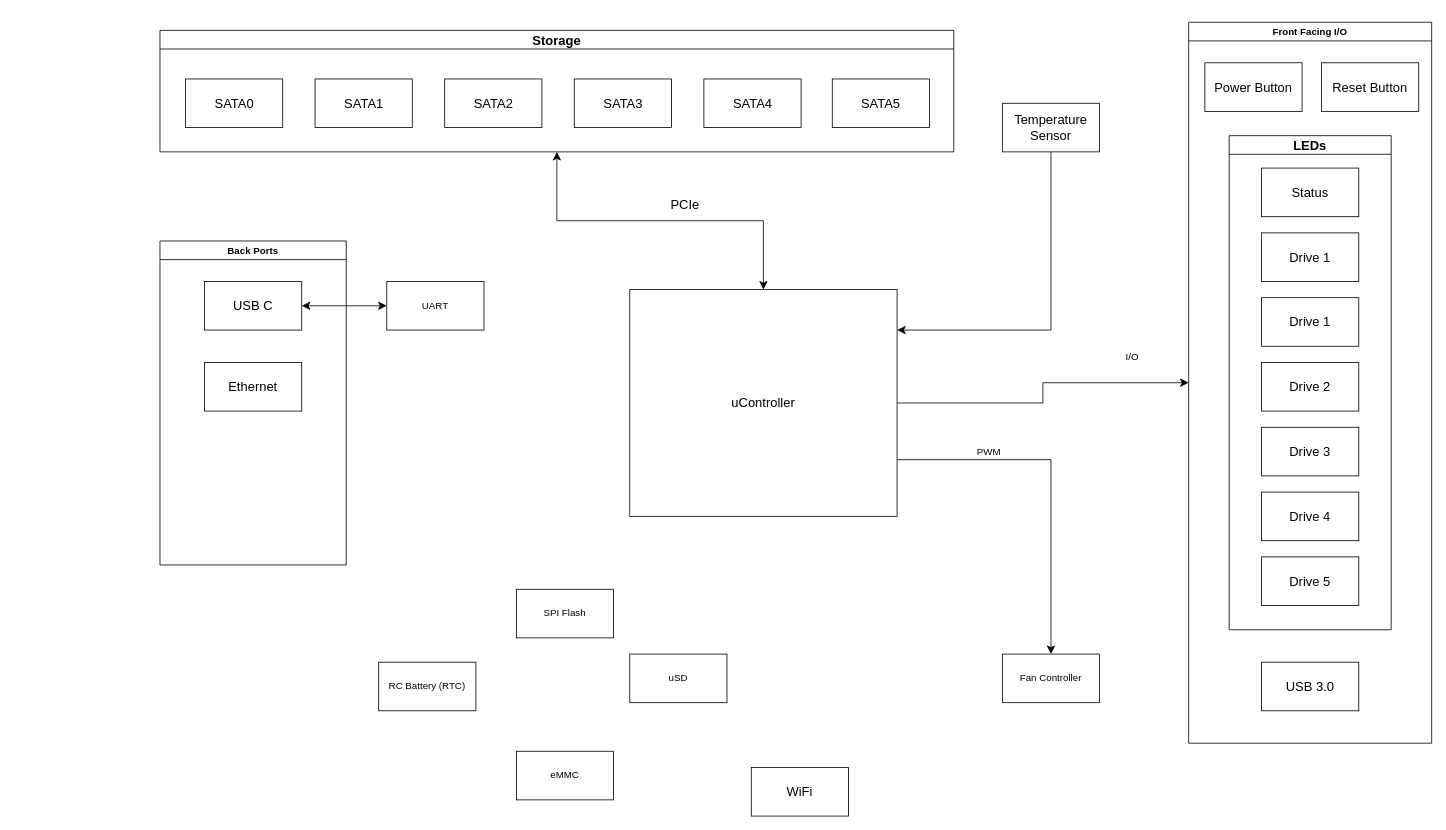
Before: prelim-design/hardware_interface.drawio in MonoNAS/documents, a draw.io diagram. Source tidied: cells renumbered, new cells numbered last; positions are measured from the earlier drawing's top-left corner, leaving out a move shared by most shapes. Both pictures are drawn from the tidied source at 81%, with x=0, y=0 at pixel (160, 22).
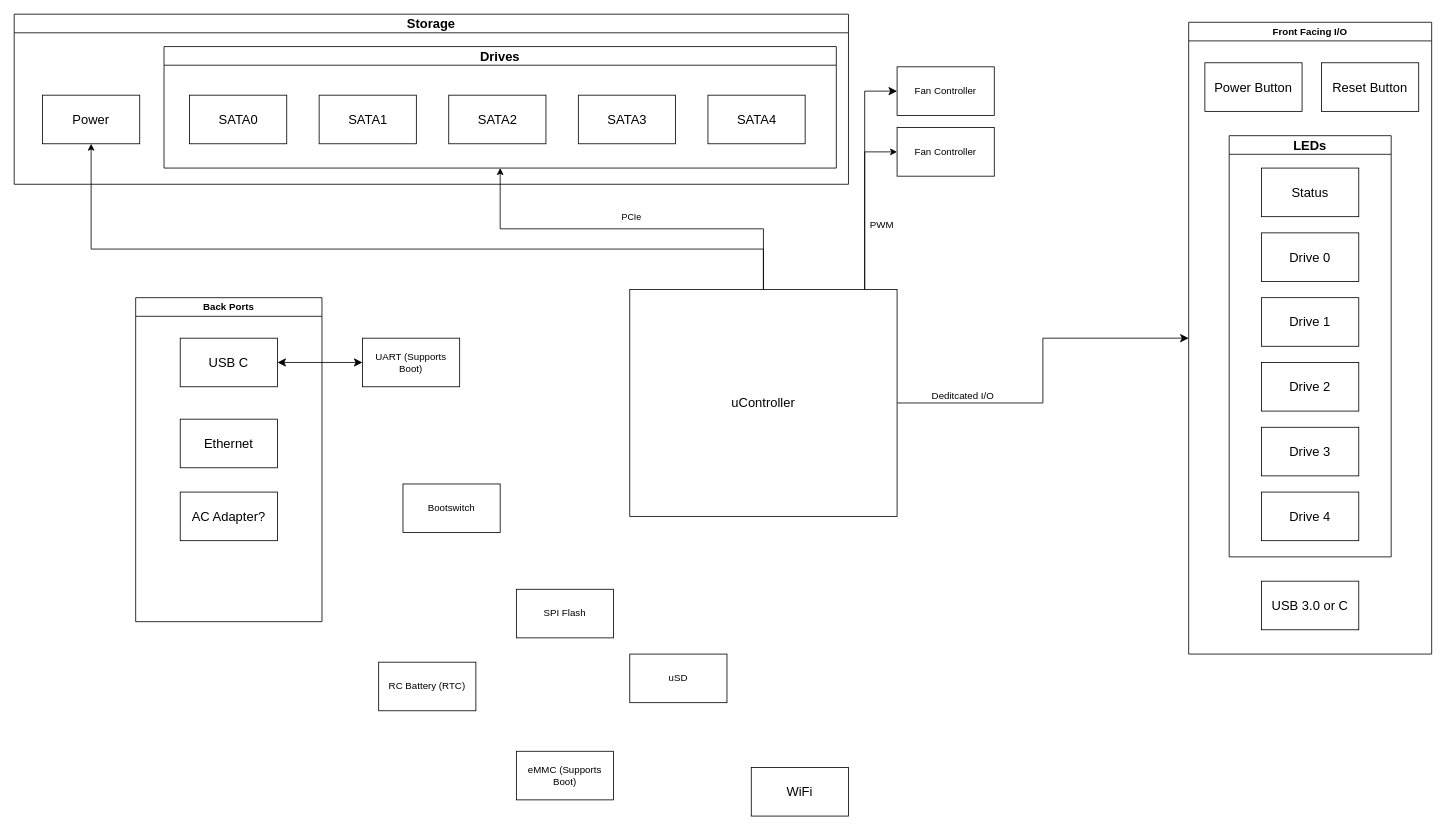
The same diagram, later.

The change refers to these unchanged cells:
```xml
<mxCell id="4" style="edgeStyle=orthogonalEdgeStyle;shape=connector;rounded=0;jettySize=auto;html=1;labelBackgroundColor=none;align=center;verticalAlign=middle;fontFamily=Helvetica;fontSize=12;fontColor=default;endArrow=classic;startSize=8;endSize=8;" parent="1" edge="1" source="8" target="20">
  <mxGeometry relative="1" as="geometry" />
</mxCell>
<mxCell id="8" value="uController" style="rounded=0;whiteSpace=wrap;html=1;fontSize=16;labelBackgroundColor=none;" parent="1" vertex="1">
  <mxGeometry x="580" y="330" width="330" height="280" as="geometry" />
</mxCell>
```

What changed in the source:
```diff
@@
-    <mxCell id="2" style="edgeStyle=orthogonalEdgeStyle;shape=connector;rounded=0;jettySize=auto;html=1;entryX=0.5;entryY=1;entryDx=0;entryDy=0;labelBackgroundColor=none;align=center;verticalAlign=middle;fontFamily=Helvetica;fontSize=12;fontColor=default;endArrow=classic;startSize=8;endSize=8;startArrow=classic;startFill=1;" parent="1" edge="1" source="8" target="10">
-      <mxGeometry relative="1" as="geometry" />
-    </mxCell>
-    <mxCell id="3" value="PCIe" style="edgeLabel;html=1;align=center;verticalAlign=middle;fontSize=16;" parent="2" vertex="1">
-      <mxGeometry x="-0.5" y="-1" relative="1" as="geometry">
-        <mxPoint x="-77" y="-20" as="offset" />
-      </mxGeometry>
-    </mxCell>
@@
-    <mxCell id="5" value="I/O" style="edgeLabel;html=1;align=center;verticalAlign=middle;fontSize=12;fontFamily=Helvetica;labelBackgroundColor=none;" parent="4" vertex="1">
+    <mxCell id="5" value="Deditcated I/O" style="edgeLabel;html=1;align=center;verticalAlign=middle;fontSize=12;fontFamily=Helvetica;labelBackgroundColor=none;" parent="4" vertex="1">
       <mxGeometry x="-0.06" y="-2" relative="1" as="geometry">
-        <mxPoint x="107" y="-56" as="offset" />
+        <mxPoint x="-102" y="18" as="offset" />
       </mxGeometry>
     </mxCell>
     <mxCell id="6" style="edgeStyle=orthogonalEdgeStyle;shape=connector;rounded=0;jettySize=auto;html=1;labelBackgroundColor=default;strokeColor=default;align=center;verticalAlign=middle;fontFamily=Helvetica;fontSize=12;fontColor=default;endArrow=classic;startSize=8;endSize=8;" parent="1" edge="1" source="8" target="32">
       <mxGeometry relative="1" as="geometry">
         <Array as="points">
-          <mxPoint x="1100" y="540" />
+          <mxPoint x="870" y="85" />
         </Array>
       </mxGeometry>
     </mxCell>
     <mxCell id="7" value="PWM" style="edgeLabel;html=1;align=center;verticalAlign=middle;fontSize=12;fontFamily=Helvetica;fontColor=default;" parent="6" vertex="1">
       <mxGeometry x="-0.48" y="1" relative="1" as="geometry">
-        <mxPoint y="-9" as="offset" />
+        <mxPoint x="21" y="-6" as="offset" />
       </mxGeometry>
     </mxCell>
+    <mxCell id="41" style="edgeStyle=orthogonalEdgeStyle;rounded=0;jettySize=auto;html=1;" parent="1" edge="1" source="8" target="46">
+      <mxGeometry relative="1" as="geometry">
+        <Array as="points">
+          <mxPoint x="870" y="160" />
+        </Array>
+      </mxGeometry>
+    </mxCell>
+    <mxCell id="42" style="edgeStyle=orthogonalEdgeStyle;rounded=0;jettySize=auto;html=1;" parent="1" edge="1" source="8" target="44">
+      <mxGeometry relative="1" as="geometry">
+        <Array as="points">
+          <mxPoint x="745" y="280" />
+          <mxPoint x="-85" y="280" />
+        </Array>
+      </mxGeometry>
+    </mxCell>
@@
     <mxCell id="10" value="Storage" style="swimlane;whiteSpace=wrap;html=1;fontSize=16;startSize=23;labelBackgroundColor=none;" parent="1" vertex="1">
-      <mxGeometry y="10" width="980" height="150" as="geometry" />
+      <mxGeometry x="-180" y="-10" width="1030" height="210" as="geometry" />
     </mxCell>
+    <mxCell id="43" value="Drives" style="swimlane;whiteSpace=wrap;html=1;fontSize=16;startSize=23;labelBackgroundColor=none;" parent="10" vertex="1">
+      <mxGeometry x="185" y="40" width="830" height="150" as="geometry" />
+    </mxCell>
-    <mxCell id="11" value="SATA3" style="rounded=0;whiteSpace=wrap;html=1;fontSize=16;labelBackgroundColor=none;" parent="10" vertex="1">
+    <mxCell id="11" value="SATA3" style="rounded=0;whiteSpace=wrap;html=1;fontSize=16;labelBackgroundColor=none;" parent="43" vertex="1">
       <mxGeometry x="511.5" y="60" width="120" height="60" as="geometry" />
     </mxCell>
-    <mxCell id="12" value="SATA2" style="rounded=0;whiteSpace=wrap;html=1;fontSize=16;labelBackgroundColor=none;" parent="10" vertex="1">
+    <mxCell id="12" value="SATA2" style="rounded=0;whiteSpace=wrap;html=1;fontSize=16;labelBackgroundColor=none;" parent="43" vertex="1">
       <mxGeometry x="351.5" y="60" width="120" height="60" as="geometry" />
     </mxCell>
-    <mxCell id="13" value="SATA1" style="rounded=0;whiteSpace=wrap;html=1;fontSize=16;labelBackgroundColor=none;" parent="10" vertex="1">
+    <mxCell id="13" value="SATA1" style="rounded=0;whiteSpace=wrap;html=1;fontSize=16;labelBackgroundColor=none;" parent="43" vertex="1">
       <mxGeometry x="191.5" y="60" width="120" height="60" as="geometry" />
     </mxCell>
-    <mxCell id="14" value="SATA4" style="rounded=0;whiteSpace=wrap;html=1;fontSize=16;labelBackgroundColor=none;" parent="10" vertex="1">
+    <mxCell id="14" value="SATA4" style="rounded=0;whiteSpace=wrap;html=1;fontSize=16;labelBackgroundColor=none;" parent="43" vertex="1">
       <mxGeometry x="671.5" y="60" width="120" height="60" as="geometry" />
     </mxCell>
-    <mxCell id="15" value="SATA0" style="rounded=0;whiteSpace=wrap;html=1;fontSize=16;labelBackgroundColor=none;" parent="10" vertex="1">
+    <mxCell id="15" value="SATA0" style="rounded=0;whiteSpace=wrap;html=1;fontSize=16;labelBackgroundColor=none;" parent="43" vertex="1">
       <mxGeometry x="31.5" y="60" width="120" height="60" as="geometry" />
     </mxCell>
-    <mxCell id="16" value="SATA5" style="rounded=0;whiteSpace=wrap;html=1;fontSize=16;labelBackgroundColor=none;" parent="10" vertex="1">
-      <mxGeometry x="830" y="60" width="120" height="60" as="geometry" />
-    </mxCell>
+    <mxCell id="44" value="Power" style="rounded=0;whiteSpace=wrap;html=1;fontSize=16;labelBackgroundColor=none;" parent="10" vertex="1">
+      <mxGeometry x="35" y="100" width="120" height="60" as="geometry" />
+    </mxCell>
     <mxCell id="17" value="Back Ports" style="swimlane;whiteSpace=wrap;html=1;fontFamily=Helvetica;fontSize=12;labelBackgroundColor=none;" parent="1" vertex="1">
-      <mxGeometry y="270" width="230" height="400" as="geometry" />
+      <mxGeometry x="-30" y="340" width="230" height="400" as="geometry" />
     </mxCell>
@@
+    <mxCell id="45" value="AC Adapter?" style="rounded=0;whiteSpace=wrap;html=1;fontSize=16;labelBackgroundColor=none;" parent="17" vertex="1">
+      <mxGeometry x="55" y="240" width="120" height="60" as="geometry" />
+    </mxCell>
     <mxCell id="20" value="Front Facing I/O" style="swimlane;whiteSpace=wrap;html=1;fontFamily=Helvetica;fontSize=12;labelBackgroundColor=none;" parent="1" vertex="1">
-      <mxGeometry x="1270" width="300" height="890" as="geometry" />
+      <mxGeometry x="1270" width="300" height="780" as="geometry" />
     </mxCell>
@@
     <mxCell id="23" value="LEDs" style="swimlane;whiteSpace=wrap;html=1;fontSize=16;" parent="20" vertex="1">
-      <mxGeometry x="50" y="140" width="200" height="610" as="geometry" />
+      <mxGeometry x="50" y="140" width="200" height="520" as="geometry" />
     </mxCell>
@@
-    <mxCell id="29" value="Drive 5" style="whiteSpace=wrap;html=1;fontSize=16;" parent="23" vertex="1">
-      <mxGeometry x="40" y="520" width="120" height="60" as="geometry" />
-    </mxCell>
-    <mxCell id="30" value="Drive 1" style="whiteSpace=wrap;html=1;fontSize=16;" parent="23" vertex="1">
+    <mxCell id="30" value="Drive 0" style="whiteSpace=wrap;html=1;fontSize=16;" parent="23" vertex="1">
       <mxGeometry x="40" y="120" width="120" height="60" as="geometry" />
     </mxCell>
-    <mxCell id="31" value="USB 3.0" style="whiteSpace=wrap;html=1;fontSize=16;" parent="20" vertex="1">
-      <mxGeometry x="90" y="790" width="120" height="60" as="geometry" />
+    <mxCell id="31" value="USB 3.0 or C" style="whiteSpace=wrap;html=1;fontSize=16;" parent="20" vertex="1">
+      <mxGeometry x="90" y="690" width="120" height="60" as="geometry" />
     </mxCell>
     <mxCell id="32" value="Fan Controller" style="rounded=0;whiteSpace=wrap;html=1;fontFamily=Helvetica;fontSize=12;labelBackgroundColor=none;" parent="1" vertex="1">
-      <mxGeometry x="1040" y="780" width="120" height="60" as="geometry" />
+      <mxGeometry x="910" y="55" width="120" height="60" as="geometry" />
     </mxCell>
@@
-    <mxCell id="34" value="eMMC" style="rounded=0;whiteSpace=wrap;html=1;fontFamily=Helvetica;fontSize=12;labelBackgroundColor=none;" parent="1" vertex="1">
+    <mxCell id="34" value="eMMC (Supports Boot)" style="rounded=0;whiteSpace=wrap;html=1;fontFamily=Helvetica;fontSize=12;labelBackgroundColor=none;" parent="1" vertex="1">
       <mxGeometry x="440" y="900" width="120" height="60" as="geometry" />
     </mxCell>
@@
-    <mxCell id="36" value="UART" style="rounded=0;whiteSpace=wrap;html=1;fontFamily=Helvetica;fontSize=12;labelBackgroundColor=none;" parent="1" vertex="1">
-      <mxGeometry x="280" y="320" width="120" height="60" as="geometry" />
+    <mxCell id="36" value="UART (Supports Boot)" style="rounded=0;whiteSpace=wrap;html=1;fontFamily=Helvetica;fontSize=12;labelBackgroundColor=none;" parent="1" vertex="1">
+      <mxGeometry x="250" y="390" width="120" height="60" as="geometry" />
     </mxCell>
@@
-    <mxCell id="39" style="edgeStyle=orthogonalEdgeStyle;shape=connector;rounded=0;jettySize=auto;html=1;labelBackgroundColor=default;strokeColor=default;align=center;verticalAlign=middle;fontFamily=Helvetica;fontSize=12;fontColor=default;endArrow=classic;startSize=8;endSize=8;" parent="1" edge="1" source="40" target="8">
-      <mxGeometry relative="1" as="geometry">
-        <Array as="points">
-          <mxPoint x="1100" y="380" />
-        </Array>
-      </mxGeometry>
-    </mxCell>
-    <mxCell id="40" value="Temperature Sensor" style="rounded=0;whiteSpace=wrap;html=1;fontSize=16;labelBackgroundColor=none;" parent="1" vertex="1">
-      <mxGeometry x="1040" y="100" width="120" height="60" as="geometry" />
-    </mxCell>
+    <mxCell id="46" value="Fan Controller" style="rounded=0;whiteSpace=wrap;html=1;fontFamily=Helvetica;fontSize=12;labelBackgroundColor=none;" parent="1" vertex="1">
+      <mxGeometry x="910" y="130" width="120" height="60" as="geometry" />
+    </mxCell>
+    <mxCell id="47" style="edgeStyle=orthogonalEdgeStyle;rounded=0;jettySize=auto;html=1;" parent="1" edge="1" source="8" target="43">
+      <mxGeometry relative="1" as="geometry" />
+    </mxCell>
+    <mxCell id="3" value="PCIe" style="edgeLabel;html=1;align=center;verticalAlign=middle;" parent="47" vertex="1">
+      <mxGeometry x="0.29" y="2" relative="1" as="geometry">
+        <mxPoint x="67" y="-17" as="offset" />
+      </mxGeometry>
+    </mxCell>
+    <mxCell id="48" value="Bootswitch" style="rounded=0;whiteSpace=wrap;html=1;fontFamily=Helvetica;fontSize=12;labelBackgroundColor=none;" parent="1" vertex="1">
+      <mxGeometry x="300" y="570" width="120" height="60" as="geometry" />
+    </mxCell>
```
